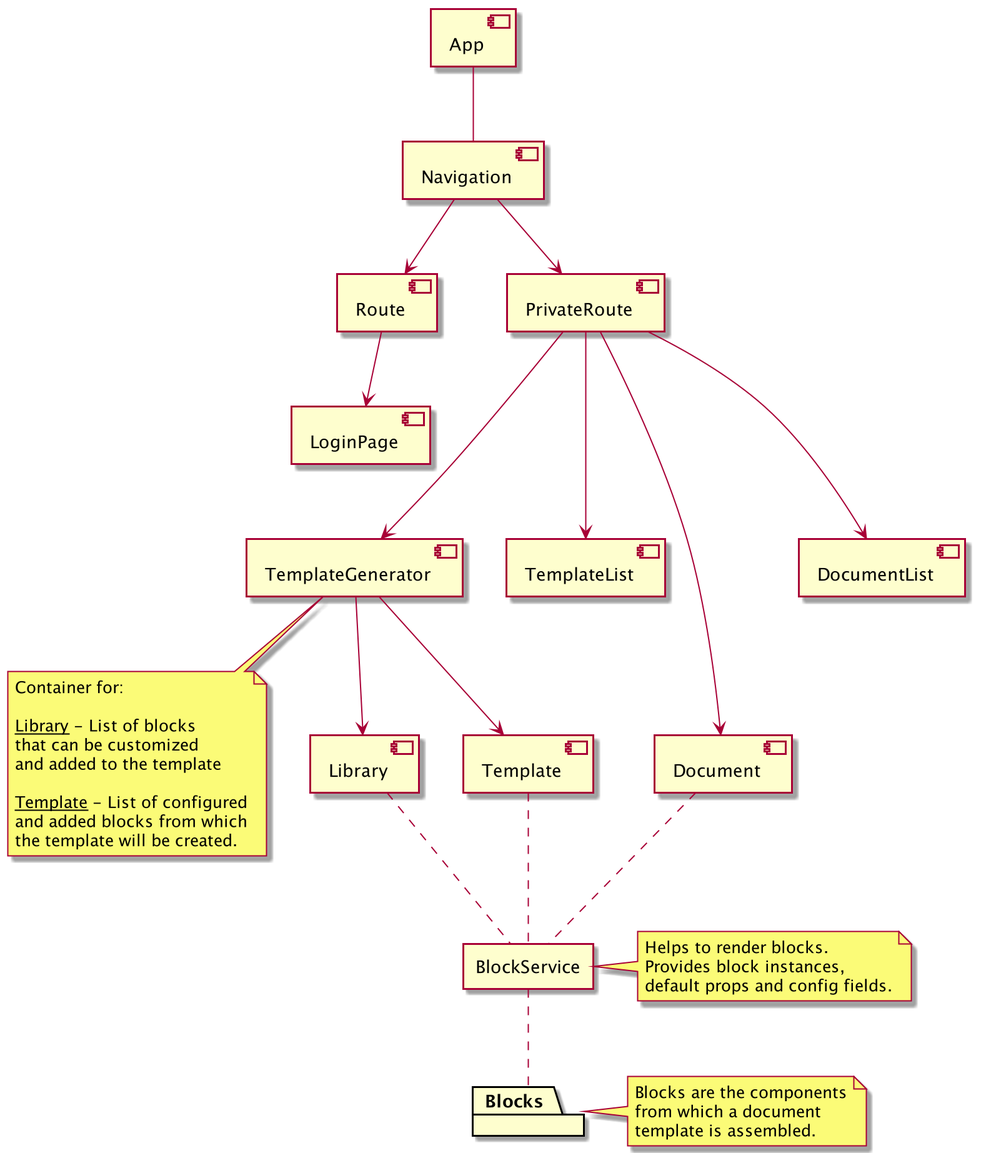
Above: docs/components_scheme.png in waltz-controls/pedc-view (PlantUML), before the change. The source it was exported from:
```plantuml
@startuml

component App
component Navigation
component Route
component PrivateRoute
component LoginPage
component TemplateGenerator

note bottom
	Container for:

	__Library__ - List of blocks
	that can be customized
	and added to the template

	__Template__ - List of configured
	and added blocks from which
	the template will be created.
end note

component Library
component Template
component TemplateList
component Document
component DocumentList
package Blocks

note right
	Blocks are the components
	from which a document
	template is assembled.
end note

agent BlockService

note right
	Helps to render blocks.
	Provides block instances,
	default props and config fields.
end note

App -- Navigation
Navigation --> Route
Navigation --> PrivateRoute
Route --> LoginPage

PrivateRoute ---> TemplateGenerator
TemplateGenerator --> Library
TemplateGenerator --> Template

PrivateRoute ---> TemplateList
PrivateRoute ---> Document
PrivateRoute ---> DocumentList

Library .. BlockService
Template .. BlockService
Document .. BlockService
BlockService .. Blocks


@enduml
```
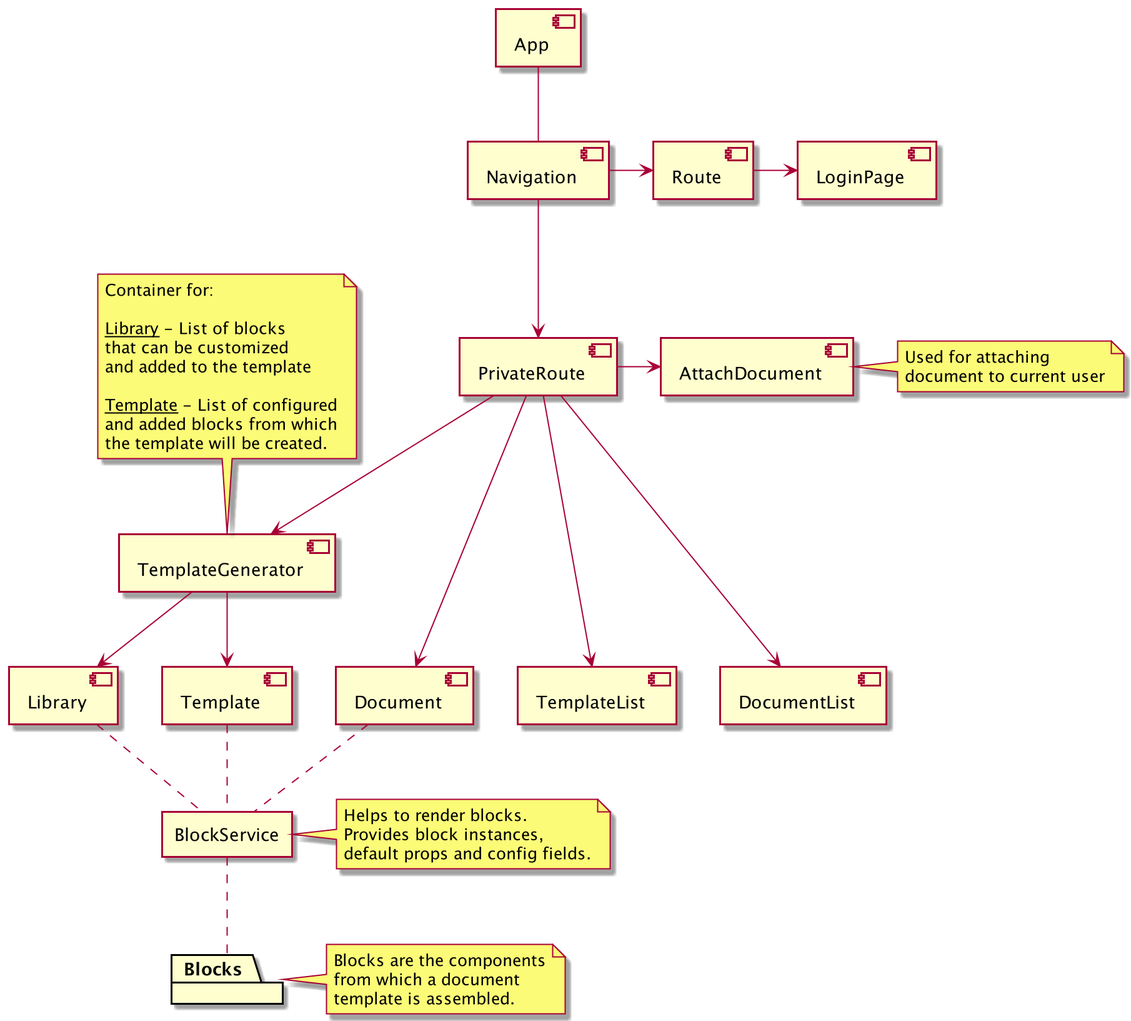
After the commit.

Diff of the diagram source:
```diff
@@ -7,7 +7,7 @@
 component LoginPage
 component TemplateGenerator
 
-note bottom
+note top
 	Container for:
 
 	__Library__ - List of blocks
@@ -21,9 +21,16 @@
 
 component Library
 component Template
+component Document
 component TemplateList
-component Document
 component DocumentList
+component AttachDocument
+
+note right
+	Used for attaching
+	document to current user
+end note
+
 package Blocks
 
 note right
@@ -41,17 +48,19 @@
 end note
 
 App -- Navigation
-Navigation --> Route
+Navigation -> Route
+Route -> LoginPage
 Navigation --> PrivateRoute
-Route --> LoginPage
 
-PrivateRoute ---> TemplateGenerator
+
+PrivateRoute --> TemplateGenerator
 TemplateGenerator --> Library
 TemplateGenerator --> Template
 
+PrivateRoute ---> Document
 PrivateRoute ---> TemplateList
-PrivateRoute ---> Document
 PrivateRoute ---> DocumentList
+PrivateRoute -> AttachDocument
 
 Library .. BlockService
 Template .. BlockService
```
